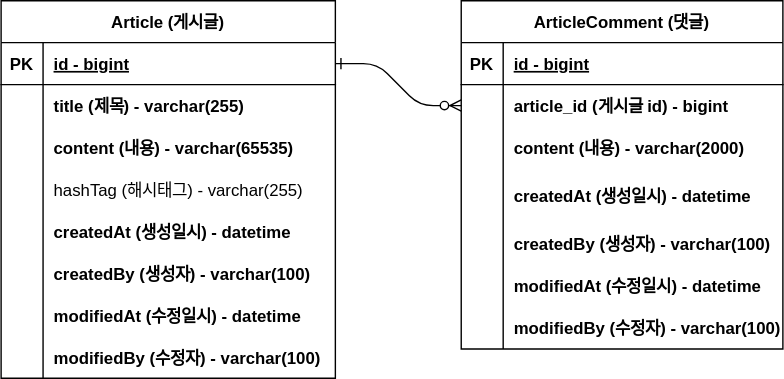
Earlier version of the draw.io export document/project-board-erd.svg (sungjun1116/project-board). Source tidied: cells renumbered, new cells last; positions are measured from the earlier drawing's top-left corner, leaving out a move shared by most shapes.
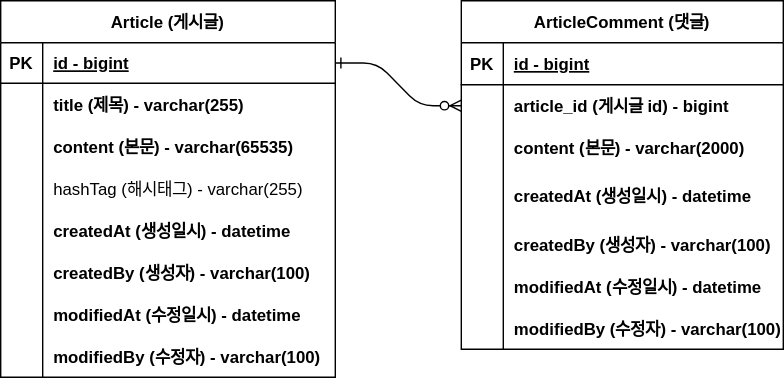
The same diagram one commit later.

Commit message:
#8 - ERD 주석 업데이트: project-board-erd.svg

What changed in the source:
```diff
@@ -8,19 +8,19 @@
       </mxGeometry>
     </mxCell>
     <mxCell id="3" value="Article (게시글)" style="shape=table;startSize=30;rowLines=0;fontStyle=1;align=center;" parent="1" vertex="1">
-      <mxGeometry width="239" height="270" as="geometry" />
+      <mxGeometry width="239" height="269" as="geometry" />
     </mxCell>
     <mxCell id="4" style="shape=partialRectangle;fillColor=none;points=[[0,0.5],[1,0.5]];portConstraint=eastwest;top=0;left=0;right=0;bottom=1;" parent="3" vertex="1">
-      <mxGeometry y="30" width="239" height="30" as="geometry" />
+      <mxGeometry y="30" width="239" height="29" as="geometry" />
     </mxCell>
     <mxCell id="5" value="PK" style="shape=partialRectangle;overflow=hidden;fillColor=none;top=0;left=0;bottom=0;right=0;fontStyle=1;" parent="4" vertex="1">
-      <mxGeometry width="30" height="30" as="geometry" />
+      <mxGeometry width="30" height="29" as="geometry" />
     </mxCell>
     <mxCell id="6" value="id - bigint" style="shape=partialRectangle;overflow=hidden;fillColor=none;top=0;left=0;bottom=0;right=0;align=left;spacingLeft=6;fontStyle=5;" parent="4" vertex="1">
-      <mxGeometry x="30" width="209" height="30" as="geometry" />
+      <mxGeometry x="30" width="209" height="29" as="geometry" />
     </mxCell>
     <mxCell id="7" style="shape=partialRectangle;fillColor=none;top=0;left=0;right=0;bottom=0;" parent="3" vertex="1">
-      <mxGeometry y="60" width="239" height="30" as="geometry" />
+      <mxGeometry y="59" width="239" height="30" as="geometry" />
     </mxCell>
     <mxCell id="8" style="shape=partialRectangle;overflow=hidden;fillColor=none;top=0;left=0;bottom=0;right=0;" parent="7" vertex="1">
       <mxGeometry width="30" height="30" as="geometry" />
@@ -29,16 +29,16 @@
       <mxGeometry x="30" width="209" height="30" as="geometry" />
     </mxCell>
     <mxCell id="10" style="shape=partialRectangle;fillColor=none;top=0;left=0;right=0;bottom=0;" parent="3" vertex="1">
-      <mxGeometry y="90" width="239" height="30" as="geometry" />
+      <mxGeometry y="89" width="239" height="30" as="geometry" />
     </mxCell>
     <mxCell id="11" style="shape=partialRectangle;overflow=hidden;fillColor=none;top=0;left=0;bottom=0;right=0;" parent="10" vertex="1">
       <mxGeometry width="30" height="30" as="geometry" />
     </mxCell>
-    <mxCell id="12" value="content (내용) - varchar(65535)" style="shape=partialRectangle;overflow=hidden;fillColor=none;top=0;left=0;bottom=0;right=0;align=left;spacingLeft=6;fontStyle=1;" parent="10" vertex="1">
+    <mxCell id="12" value="content (본문) - varchar(65535)" style="shape=partialRectangle;overflow=hidden;fillColor=none;top=0;left=0;bottom=0;right=0;align=left;spacingLeft=6;fontStyle=1;" parent="10" vertex="1">
       <mxGeometry x="30" width="209" height="30" as="geometry" />
     </mxCell>
     <mxCell id="13" style="shape=partialRectangle;fillColor=none;top=0;left=0;right=0;bottom=0;" parent="3" vertex="1">
-      <mxGeometry y="120" width="239" height="30" as="geometry" />
+      <mxGeometry y="119" width="239" height="30" as="geometry" />
     </mxCell>
     <mxCell id="14" style="shape=partialRectangle;overflow=hidden;fillColor=none;top=0;left=0;bottom=0;right=0;" parent="13" vertex="1">
       <mxGeometry width="30" height="30" as="geometry" />
@@ -47,7 +47,7 @@
       <mxGeometry x="30" width="209" height="30" as="geometry" />
     </mxCell>
     <mxCell id="16" style="shape=partialRectangle;fillColor=none;top=0;left=0;right=0;bottom=0;" parent="3" vertex="1">
-      <mxGeometry y="150" width="239" height="30" as="geometry" />
+      <mxGeometry y="149" width="239" height="30" as="geometry" />
     </mxCell>
     <mxCell id="17" style="shape=partialRectangle;overflow=hidden;fillColor=none;top=0;left=0;bottom=0;right=0;" parent="16" vertex="1">
       <mxGeometry width="30" height="30" as="geometry" />
@@ -56,7 +56,7 @@
       <mxGeometry x="30" width="209" height="30" as="geometry" />
     </mxCell>
     <mxCell id="19" style="shape=partialRectangle;fillColor=none;top=0;left=0;right=0;bottom=0;" parent="3" vertex="1">
-      <mxGeometry y="180" width="239" height="30" as="geometry" />
+      <mxGeometry y="179" width="239" height="30" as="geometry" />
     </mxCell>
     <mxCell id="20" style="shape=partialRectangle;overflow=hidden;fillColor=none;top=0;left=0;bottom=0;right=0;" parent="19" vertex="1">
       <mxGeometry width="30" height="30" as="geometry" />
@@ -65,7 +65,7 @@
       <mxGeometry x="30" width="209" height="30" as="geometry" />
     </mxCell>
     <mxCell id="22" style="shape=partialRectangle;fillColor=none;top=0;left=0;right=0;bottom=0;" parent="3" vertex="1">
-      <mxGeometry y="210" width="239" height="30" as="geometry" />
+      <mxGeometry y="209" width="239" height="30" as="geometry" />
     </mxCell>
     <mxCell id="23" style="shape=partialRectangle;overflow=hidden;fillColor=none;top=0;left=0;bottom=0;right=0;" parent="22" vertex="1">
       <mxGeometry width="30" height="30" as="geometry" />
@@ -74,7 +74,7 @@
       <mxGeometry x="30" width="209" height="30" as="geometry" />
     </mxCell>
     <mxCell id="25" style="shape=partialRectangle;fillColor=none;top=0;left=0;right=0;bottom=0;" parent="3" vertex="1">
-      <mxGeometry y="240" width="239" height="30" as="geometry" />
+      <mxGeometry y="239" width="239" height="30" as="geometry" />
     </mxCell>
     <mxCell id="26" style="shape=partialRectangle;overflow=hidden;fillColor=none;top=0;left=0;bottom=0;right=0;" parent="25" vertex="1">
       <mxGeometry width="30" height="30" as="geometry" />
@@ -109,7 +109,7 @@
     <mxCell id="36" style="shape=partialRectangle;overflow=hidden;fillColor=none;top=0;left=0;bottom=0;right=0;" parent="35" vertex="1">
       <mxGeometry width="30" height="30" as="geometry" />
     </mxCell>
-    <mxCell id="37" value="content (내용) - varchar(2000)" style="shape=partialRectangle;overflow=hidden;fillColor=none;top=0;left=0;bottom=0;right=0;align=left;spacingLeft=6;fontStyle=1;" parent="35" vertex="1">
+    <mxCell id="37" value="content (본문) - varchar(2000)" style="shape=partialRectangle;overflow=hidden;fillColor=none;top=0;left=0;bottom=0;right=0;align=left;spacingLeft=6;fontStyle=1;" parent="35" vertex="1">
       <mxGeometry x="30" width="200" height="30" as="geometry" />
     </mxCell>
     <mxCell id="38" style="shape=partialRectangle;fillColor=none;top=0;left=0;right=0;bottom=0;" parent="28" vertex="1">
```
